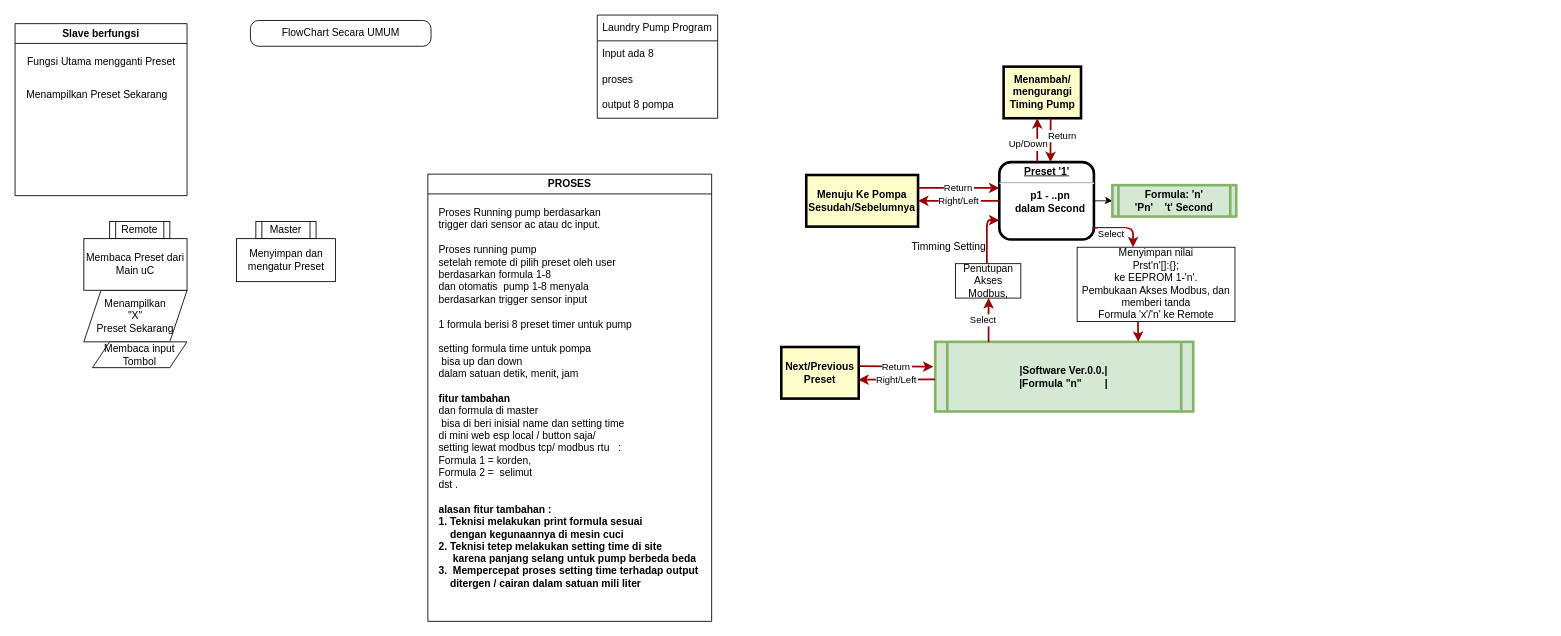
taoofeexs/SharingCode keeps this draw.io diagram as Diagram Main Program.drawio. Above is the earlier version. Source tidied: cells renumbered, new cells numbered last; positions are measured from the earlier drawing's top-left corner, leaving out a move shared by most shapes. Both pictures are drawn from the tidied source at 86%, with x=0, y=0 at pixel (15, 15).
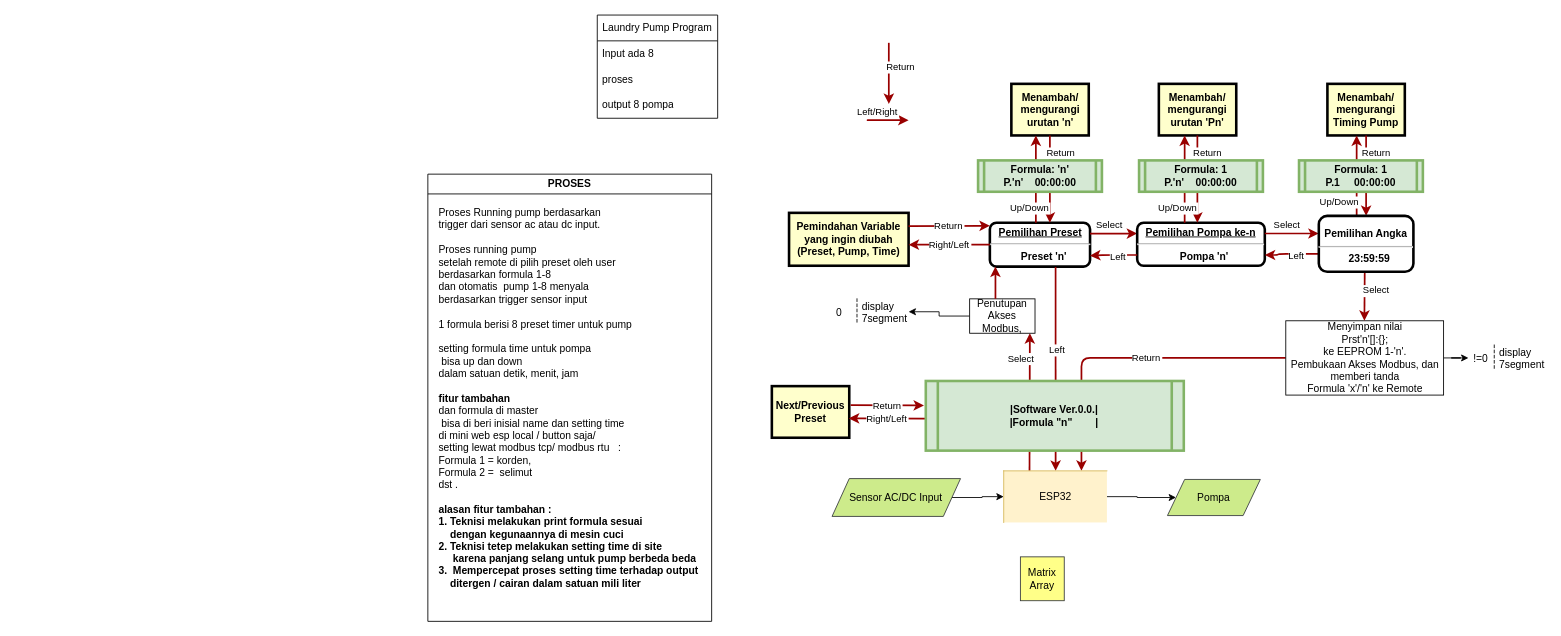
Above is the later version.

The edit, as a diff of the source:
```diff
@@
-    <mxCell id="2" style="edgeStyle=orthogonalEdgeStyle;rounded=0;jettySize=auto;html=1;" parent="1" edge="1" source="3" target="18">
-      <mxGeometry relative="1" as="geometry" />
-    </mxCell>
-    <mxCell id="3" value="&lt;p style=&quot;margin: 0px; margin-top: 4px; text-align: center; text-decoration: underline;&quot;&gt;&lt;strong&gt;Preset '1'&lt;br&gt;&lt;/strong&gt;&lt;/p&gt;&lt;hr&gt;&lt;p style=&quot;margin: 0px; margin-left: 8px;&quot;&gt;p1 - ..pn&lt;br&gt;dalam Second&lt;/p&gt;" style="verticalAlign=middle;align=center;overflow=fill;fontSize=12;fontFamily=Helvetica;html=1;rounded=1;fontStyle=1;strokeWidth=3;" parent="1" vertex="1">
-      <mxGeometry x="1144.5" y="171" width="110" height="90" as="geometry" />
+    <mxCell id="3" value="&lt;p style=&quot;margin: 0px; margin-top: 4px; text-align: center; text-decoration: underline;&quot;&gt;&lt;span style=&quot;background-color: initial;&quot;&gt;Pemilihan Preset&lt;/span&gt;&lt;strong&gt;&lt;br&gt;&lt;/strong&gt;&lt;/p&gt;&lt;hr&gt;&lt;p style=&quot;margin: 0px; margin-left: 8px;&quot;&gt;&lt;strong&gt;Preset 'n'&lt;/strong&gt;&lt;br&gt;&lt;/p&gt;" style="verticalAlign=middle;align=center;overflow=fill;fontSize=12;fontFamily=Helvetica;html=1;rounded=1;fontStyle=1;strokeWidth=3;" parent="1" vertex="1">
+      <mxGeometry x="1133.5" y="241.5" width="116.5" height="51" as="geometry" />
     </mxCell>
-    <mxCell id="4" value="|Software Ver.0.0.|&#10;|Formula &quot;n&quot;        |" style="shape=process;whiteSpace=wrap;align=center;verticalAlign=middle;size=0.0475;fontStyle=1;strokeWidth=3;fillColor=#d5e8d4;strokeColor=#82b366;" parent="1" vertex="1">
-      <mxGeometry x="1070" y="380" width="300" height="81" as="geometry" />
-    </mxCell>
-    <mxCell id="5" value="Select" style="edgeStyle=elbowEdgeStyle;elbow=horizontal;strokeColor=#990000;strokeWidth=2;entryX=0.5;entryY=1;entryDx=0;entryDy=0;" parent="1" edge="1" source="4" target="19">
-      <mxGeometry x="0.01" y="6" relative="1" as="geometry">
+    <mxCell id="5" value="Select" style="edgeStyle=elbowEdgeStyle;elbow=horizontal;strokeColor=#990000;strokeWidth=2;exitX=0.25;exitY=0;exitDx=0;exitDy=0;" parent="1" edge="1" source="61" target="19">
+      <mxGeometry x="0.63" y="10" relative="1" as="geometry">
         <Array as="points">
-          <mxPoint x="1132" y="360" />
+          <mxPoint x="1180" y="460" />
         </Array>
       </mxGeometry>
     </mxCell>
-    <mxCell id="6" value="Select" style="edgeStyle=elbowEdgeStyle;elbow=horizontal;strokeColor=#990000;strokeWidth=2;exitX=0.985;exitY=0.848;exitDx=0;exitDy=0;exitPerimeter=0;" parent="1" edge="1" source="3" target="20">
-      <mxGeometry x="-0.37" y="-7" relative="1" as="geometry">
-        <Array as="points">
-          <mxPoint x="1300" y="260" />
-        </Array>
-      </mxGeometry>
-    </mxCell>
-    <mxCell id="7" value="Timming Setting" style="text;spacingTop=-5;align=center;" parent="1" vertex="1">
-      <mxGeometry x="1071" y="261" width="30" height="20" as="geometry" />
-    </mxCell>
     <mxCell id="8" value="Menambah/&#10;mengurangi&#10;Timing Pump" style="whiteSpace=wrap;align=center;verticalAlign=middle;fontStyle=1;strokeWidth=3;fillColor=#FFFFCC;" parent="1" vertex="1">
-      <mxGeometry x="1149.5" y="60" width="90" height="60" as="geometry" />
+      <mxGeometry x="1526" y="80" width="90" height="60" as="geometry" />
     </mxCell>
-    <mxCell id="9" value="Up/Down" style="edgeStyle=elbowEdgeStyle;elbow=vertical;strokeColor=#990000;strokeWidth=2;" parent="1" edge="1">
-      <mxGeometry x="-0.18" y="10" relative="1" as="geometry">
-        <mxPoint x="1188.6" y="171" as="sourcePoint" />
-        <mxPoint x="1188.6" y="120" as="targetPoint" />
-      </mxGeometry>
+    <mxCell id="9" value="Select" style="edgeStyle=elbowEdgeStyle;elbow=vertical;strokeColor=#990000;strokeWidth=2;entryX=0;entryY=0.25;entryDx=0;entryDy=0;exitX=1;exitY=0.25;exitDx=0;exitDy=0;" parent="1" edge="1" source="3" target="40">
+      <mxGeometry x="-0.18" y="10" relative="1" as="geometry" />
     </mxCell>
     <mxCell id="10" value="Return" style="edgeStyle=elbowEdgeStyle;elbow=horizontal;strokeColor=#990000;strokeWidth=2;entryX=0.5;entryY=0;entryDx=0;entryDy=0;" parent="1" edge="1">
       <mxGeometry x="-0.21" y="14" relative="1" as="geometry">
-        <mxPoint x="1204.2" y="120" as="sourcePoint" />
-        <mxPoint x="1204.5" y="171" as="targetPoint" />
+        <mxPoint x="1016" y="32.3" as="sourcePoint" />
+        <mxPoint x="1015.5" y="103.3" as="targetPoint" />
       </mxGeometry>
     </mxCell>
-    <mxCell id="11" value="Menuju Ke Pompa Sesudah/Sebelumnya" style="whiteSpace=wrap;align=center;verticalAlign=middle;fontStyle=1;strokeWidth=3;fillColor=#FFFFCC;" parent="1" vertex="1">
-      <mxGeometry x="920" y="186" width="130" height="60" as="geometry" />
+    <mxCell id="11" value="Pemindahan Variable&#10;yang ingin diubah &#10;(Preset, Pump, Time)" style="whiteSpace=wrap;align=center;verticalAlign=middle;fontStyle=1;strokeWidth=3;fillColor=#FFFFCC;" parent="1" vertex="1">
+      <mxGeometry x="900" y="230" width="139" height="61.5" as="geometry" />
     </mxCell>
@@
     <mxCell id="14" value="Next/Previous&#10;Preset" style="whiteSpace=wrap;align=center;verticalAlign=middle;fontStyle=1;strokeWidth=3;fillColor=#FFFFCC;" parent="1" vertex="1">
-      <mxGeometry x="891" y="386" width="90" height="60" as="geometry" />
+      <mxGeometry x="880" y="431.5" width="90" height="60" as="geometry" />
     </mxCell>
@@
-    <mxCell id="17" style="edgeStyle=elbowEdgeStyle;elbow=horizontal;strokeColor=#990000;strokeWidth=2;" parent="1" edge="1">
-      <mxGeometry x="-0.05" y="29" relative="1" as="geometry">
-        <mxPoint x="1305.7" y="356.4" as="sourcePoint" />
-        <mxPoint x="1305.5" y="380" as="targetPoint" />
+    <mxCell id="17" value="Return" style="edgeStyle=elbowEdgeStyle;elbow=horizontal;strokeColor=#990000;strokeWidth=2;entryX=0.75;entryY=0;entryDx=0;entryDy=0;" parent="1" edge="1" source="20" target="61">
+      <mxGeometry x="-0.12" relative="1" as="geometry">
+        <Array as="points">
+          <mxPoint x="1240" y="460" />
+        </Array>
       </mxGeometry>
     </mxCell>
-    <mxCell id="18" value="Formula: 'n'&#10;'Pn'    't' Second" style="shape=process;whiteSpace=wrap;align=center;verticalAlign=middle;size=0.0475;fontStyle=1;strokeWidth=3;fillColor=#d5e8d4;strokeColor=#82b366;" parent="1" vertex="1">
-      <mxGeometry x="1276" y="197.8" width="144" height="36.5" as="geometry" />
-    </mxCell>
+    <mxCell id="38" style="edgeStyle=orthogonalEdgeStyle;rounded=0;jettySize=auto;html=1;" parent="1" edge="1" source="19" target="64">
+      <mxGeometry relative="1" as="geometry" />
+    </mxCell>
     <mxCell id="19" value="Penutupan Akses Modbus," style="rounded=0;whiteSpace=wrap;html=1;" parent="1" vertex="1">
-      <mxGeometry x="1093.5" y="289.1" width="76" height="40" as="geometry" />
+      <mxGeometry x="1110" y="330" width="76" height="40" as="geometry" />
     </mxCell>
+    <mxCell id="39" style="edgeStyle=orthogonalEdgeStyle;rounded=0;jettySize=auto;html=1;" parent="1" edge="1" source="20" target="66">
+      <mxGeometry relative="1" as="geometry" />
+    </mxCell>
     <mxCell id="20" value="Menyimpan nilai&lt;br&gt;Prst'n'[]:{};&lt;br&gt;ke EEPROM 1-'n'.&lt;br&gt;Pembukaan Akses Modbus, dan memberi tanda&lt;br&gt;Formula 'x'/'n' ke Remote" style="rounded=0;whiteSpace=wrap;html=1;" parent="1" vertex="1">
-      <mxGeometry x="1235" y="270" width="183.5" height="86.4" as="geometry" />
+      <mxGeometry x="1477.6" y="355.5" width="183.5" height="86.4" as="geometry" />
     </mxCell>
-    <mxCell id="21" style="edgeStyle=elbowEdgeStyle;elbow=horizontal;strokeColor=#990000;strokeWidth=2;entryX=0;entryY=0.75;entryDx=0;entryDy=0;" parent="1" edge="1" source="19" target="3">
+    <mxCell id="21" style="edgeStyle=elbowEdgeStyle;elbow=horizontal;strokeColor=#990000;strokeWidth=2;" parent="1" edge="1" source="19" target="3">
       <mxGeometry x="0.01" y="6" relative="1" as="geometry">
         <Array as="points">
-          <mxPoint x="1130" y="270" />
+          <mxPoint x="1140" y="320" />
         </Array>
       </mxGeometry>
     </mxCell>
@@
-    <mxCell id="26" value="Master" style="shape=process;whiteSpace=wrap;html=1;backgroundOutline=1;" parent="1" vertex="1">
-      <mxGeometry x="280" y="240" width="70" height="20" as="geometry" />
-    </mxCell>
-    <mxCell id="27" value="Remote" style="shape=process;whiteSpace=wrap;html=1;backgroundOutline=1;" parent="1" vertex="1">
-      <mxGeometry x="110" y="240" width="70" height="20" as="geometry" />
-    </mxCell>
-    <mxCell id="28" value="Slave berfungsi" style="swimlane;whiteSpace=wrap;html=1;" parent="1" vertex="1">
-      <mxGeometry y="10" width="200" height="200" as="geometry" />
-    </mxCell>
-    <mxCell id="29" value="Fungsi Utama mengganti Preset" style="text;html=1;align=center;verticalAlign=middle;strokeColor=none;fillColor=none;" parent="28" vertex="1">
-      <mxGeometry y="30" width="200" height="30" as="geometry" />
-    </mxCell>
-    <mxCell id="30" value="Menampilkan Preset Sekarang" style="text;html=1;align=center;verticalAlign=middle;strokeColor=none;fillColor=none;" parent="28" vertex="1">
-      <mxGeometry y="68" width="190" height="30" as="geometry" />
-    </mxCell>
-    <mxCell id="31" value="FlowChart Secara UMUM" style="rounded=1;whiteSpace=wrap;html=1;arcSize=32;rotation=0;" parent="1" vertex="1">
-      <mxGeometry x="273.7" y="6.3" width="210" height="30" as="geometry" />
-    </mxCell>
-    <mxCell id="32" value="Menampilkan&lt;br&gt;&quot;X&quot;&lt;br&gt;Preset Sekarang" style="shape=parallelogram;perimeter=parallelogramPerimeter;whiteSpace=wrap;html=1;fixedSize=1;" parent="1" vertex="1">
-      <mxGeometry x="80" y="320" width="120" height="60" as="geometry" />
-    </mxCell>
-    <mxCell id="33" value="Membaca input Tombol" style="shape=parallelogram;perimeter=parallelogramPerimeter;whiteSpace=wrap;html=1;fixedSize=1;" parent="1" vertex="1">
-      <mxGeometry x="90" y="380" width="110" height="30" as="geometry" />
-    </mxCell>
-    <mxCell id="34" value="Membaca Preset dari Main uC" style="rounded=0;whiteSpace=wrap;html=1;" parent="1" vertex="1">
-      <mxGeometry x="80" y="260" width="120" height="60" as="geometry" />
-    </mxCell>
-    <mxCell id="35" value="Menyimpan dan mengatur Preset" style="rounded=0;whiteSpace=wrap;html=1;" parent="1" vertex="1">
-      <mxGeometry x="257.5" y="260" width="115" height="50" as="geometry" />
-    </mxCell>
@@
+    <mxCell id="40" value="&lt;p style=&quot;margin: 0px; margin-top: 4px; text-align: center; text-decoration: underline;&quot;&gt;Pemilihan Pompa ke-n&lt;strong&gt;&lt;br&gt;&lt;/strong&gt;&lt;/p&gt;&lt;hr&gt;&lt;p style=&quot;margin: 0px; margin-left: 8px;&quot;&gt;Pompa 'n'&lt;/p&gt;" style="verticalAlign=middle;align=center;overflow=fill;fontSize=12;fontFamily=Helvetica;html=1;rounded=1;fontStyle=1;strokeWidth=3;" parent="1" vertex="1">
+      <mxGeometry x="1304.8" y="241.5" width="148.4" height="50" as="geometry" />
+    </mxCell>
+    <mxCell id="41" value="Select" style="edgeStyle=elbowEdgeStyle;elbow=vertical;strokeColor=#990000;strokeWidth=2;exitX=1;exitY=0.25;exitDx=0;exitDy=0;entryX=-0.001;entryY=0.312;entryDx=0;entryDy=0;entryPerimeter=0;" parent="1" edge="1" source="40" target="57">
+      <mxGeometry x="-0.18" y="10" relative="1" as="geometry" />
+    </mxCell>
+    <mxCell id="42" value="Return" style="edgeStyle=elbowEdgeStyle;elbow=horizontal;strokeColor=#990000;strokeWidth=2;" parent="1" edge="1" source="8" target="57">
+      <mxGeometry x="-0.58" y="12" relative="1" as="geometry">
+        <Array as="points">
+          <mxPoint x="1578.4" y="119.5" />
+        </Array>
+      </mxGeometry>
+    </mxCell>
+    <mxCell id="43" value="Up/Down" style="edgeStyle=elbowEdgeStyle;elbow=horizontal;strokeColor=#990000;strokeWidth=2;" parent="1" edge="1" source="57" target="8">
+      <mxGeometry x="-0.64" y="20" relative="1" as="geometry">
+        <Array as="points">
+          <mxPoint x="1560" y="195.5" />
+        </Array>
+      </mxGeometry>
+    </mxCell>
+    <mxCell id="44" value="Formula: 1&#10;P.1     00:00:00" style="shape=process;whiteSpace=wrap;align=center;verticalAlign=middle;size=0.0475;fontStyle=1;strokeWidth=3;fillColor=#d5e8d4;strokeColor=#82b366;" parent="1" vertex="1">
+      <mxGeometry x="1493" y="169" width="144" height="36.5" as="geometry" />
+    </mxCell>
+    <mxCell id="45" value="Menambah/&#10;mengurangi&#10;urutan 'Pn'" style="whiteSpace=wrap;align=center;verticalAlign=middle;fontStyle=1;strokeWidth=3;fillColor=#FFFFCC;" parent="1" vertex="1">
+      <mxGeometry x="1330" y="80" width="90" height="60" as="geometry" />
+    </mxCell>
+    <mxCell id="46" value="Return" style="edgeStyle=elbowEdgeStyle;elbow=horizontal;strokeColor=#990000;strokeWidth=2;" parent="1" edge="1">
+      <mxGeometry x="-0.6" y="12" relative="1" as="geometry">
+        <mxPoint x="1374.8" y="140" as="sourcePoint" />
+        <mxPoint x="1374.8" y="241.5" as="targetPoint" />
+        <Array as="points">
+          <mxPoint x="1374.8" y="210" />
+        </Array>
+      </mxGeometry>
+    </mxCell>
+    <mxCell id="47" value="Up/Down" style="edgeStyle=elbowEdgeStyle;elbow=horizontal;strokeColor=#990000;strokeWidth=2;" parent="1" edge="1">
+      <mxGeometry x="-0.65" y="8" relative="1" as="geometry">
+        <mxPoint x="1360" y="241.5" as="sourcePoint" />
+        <mxPoint x="1360" y="140" as="targetPoint" />
+        <Array as="points">
+          <mxPoint x="1360" y="220" />
+        </Array>
+      </mxGeometry>
+    </mxCell>
+    <mxCell id="48" value="Menambah/&#10;mengurangi&#10;urutan 'n'" style="whiteSpace=wrap;align=center;verticalAlign=middle;fontStyle=1;strokeWidth=3;fillColor=#FFFFCC;" parent="1" vertex="1">
+      <mxGeometry x="1158.5" y="80" width="90" height="60" as="geometry" />
+    </mxCell>
+    <mxCell id="49" value="Return" style="edgeStyle=elbowEdgeStyle;elbow=horizontal;strokeColor=#990000;strokeWidth=2;" parent="1" edge="1">
+      <mxGeometry x="-0.6" y="13" relative="1" as="geometry">
+        <mxPoint x="1203.3" y="140" as="sourcePoint" />
+        <mxPoint x="1203.3" y="241.5" as="targetPoint" />
+        <Array as="points">
+          <mxPoint x="1203.3" y="230" />
+        </Array>
+      </mxGeometry>
+    </mxCell>
+    <mxCell id="50" value="Up/Down" style="edgeStyle=elbowEdgeStyle;elbow=horizontal;strokeColor=#990000;strokeWidth=2;" parent="1" edge="1" source="3" target="48">
+      <mxGeometry x="-0.64" y="7" relative="1" as="geometry">
+        <Array as="points">
+          <mxPoint x="1187" y="230" />
+        </Array>
+      </mxGeometry>
+    </mxCell>
+    <mxCell id="51" value="Select" style="edgeStyle=elbowEdgeStyle;elbow=horizontal;strokeColor=#990000;strokeWidth=2;" parent="1" edge="1" target="20">
+      <mxGeometry x="-0.21" y="14" relative="1" as="geometry">
+        <mxPoint x="1569.4" y="297" as="sourcePoint" />
+        <Array as="points">
+          <mxPoint x="1569" y="375.5" />
+        </Array>
+      </mxGeometry>
+    </mxCell>
+    <mxCell id="52" value="Left" style="edgeStyle=elbowEdgeStyle;elbow=horizontal;strokeColor=#990000;strokeWidth=2;exitX=0;exitY=0.75;exitDx=0;exitDy=0;entryX=1;entryY=0.75;entryDx=0;entryDy=0;" parent="1" edge="1" source="40" target="3">
+      <mxGeometry x="-0.2" y="2" relative="1" as="geometry">
+        <Array as="points">
+          <mxPoint x="1270" y="285.5" />
+        </Array>
+      </mxGeometry>
+    </mxCell>
+    <mxCell id="53" value="Left" style="edgeStyle=elbowEdgeStyle;elbow=horizontal;strokeColor=#990000;strokeWidth=2;exitX=0.001;exitY=0.682;exitDx=0;exitDy=0;entryX=1;entryY=0.75;entryDx=0;entryDy=0;exitPerimeter=0;" parent="1" edge="1" source="57" target="40">
+      <mxGeometry x="-0.19" y="2" relative="1" as="geometry">
+        <Array as="points">
+          <mxPoint x="1468.4" y="282.5" />
+        </Array>
+      </mxGeometry>
+    </mxCell>
+    <mxCell id="54" value="Left" style="edgeStyle=elbowEdgeStyle;elbow=horizontal;strokeColor=#990000;strokeWidth=2;exitX=0.656;exitY=1.011;exitDx=0;exitDy=0;exitPerimeter=0;entryX=0.5;entryY=0;entryDx=0;entryDy=0;" parent="1" edge="1" source="3" target="61">
+      <mxGeometry x="-0.19" y="2" relative="1" as="geometry">
+        <Array as="points">
+          <mxPoint x="1210" y="355.5" />
+        </Array>
+      </mxGeometry>
+    </mxCell>
+    <mxCell id="55" value="Matrix Array" style="whiteSpace=wrap;html=1;strokeColor=#36393d;fillColor=#ffff88;" parent="1" vertex="1">
+      <mxGeometry x="1169" y="630" width="51" height="51" as="geometry" />
+    </mxCell>
+    <mxCell id="56" value="Pompa" style="shape=parallelogram;perimeter=parallelogramPerimeter;whiteSpace=wrap;html=1;fixedSize=1;fillColor=#cdeb8b;strokeColor=#36393d;" parent="1" vertex="1">
+      <mxGeometry x="1340" y="540" width="108" height="42" as="geometry" />
+    </mxCell>
+    <mxCell id="57" value="&lt;p style=&quot;margin: 0px 0px 0px 8px;&quot;&gt;&lt;br&gt;&lt;/p&gt;Pemilihan Angka&lt;hr&gt;&lt;p style=&quot;margin: 0px; margin-left: 8px;&quot;&gt;&lt;span style=&quot;text-wrap: wrap;&quot;&gt;23:59:59&lt;/span&gt;&lt;br&gt;&lt;/p&gt;" style="verticalAlign=middle;align=center;overflow=fill;fontSize=12;fontFamily=Helvetica;html=1;rounded=1;fontStyle=1;strokeWidth=3;" parent="1" vertex="1">
+      <mxGeometry x="1516" y="233.5" width="110" height="65" as="geometry" />
+    </mxCell>
+    <mxCell id="58" value="Formula: 1&#10;P.'n'    00:00:00" style="shape=process;whiteSpace=wrap;align=center;verticalAlign=middle;size=0.0475;fontStyle=1;strokeWidth=3;fillColor=#d5e8d4;strokeColor=#82b366;" parent="1" vertex="1">
+      <mxGeometry x="1307" y="169" width="144" height="36.5" as="geometry" />
+    </mxCell>
+    <mxCell id="18" value="Formula: 'n'&#10;P.'n'    00:00:00" style="shape=process;whiteSpace=wrap;align=center;verticalAlign=middle;size=0.0475;fontStyle=1;strokeWidth=3;fillColor=#d5e8d4;strokeColor=#82b366;" parent="1" vertex="1">
+      <mxGeometry x="1119.8" y="169" width="144" height="36.5" as="geometry" />
+    </mxCell>
+    <mxCell id="59" value="Left/Right" style="edgeStyle=elbowEdgeStyle;elbow=horizontal;strokeColor=#990000;strokeWidth=2;entryX=0;entryY=0.25;entryDx=0;entryDy=0;" parent="1" edge="1">
+      <mxGeometry x="-0.3" y="10" relative="1" as="geometry">
+        <mxPoint x="995" y="122.3" as="sourcePoint" />
+        <mxPoint x="1039" y="122.3" as="targetPoint" />
+        <Array as="points">
+          <mxPoint x="989" y="122.8" />
+        </Array>
+      </mxGeometry>
+    </mxCell>
+    <mxCell id="60" style="edgeStyle=orthogonalEdgeStyle;rounded=0;jettySize=auto;html=1;" parent="1" edge="1" source="61" target="56">
+      <mxGeometry relative="1" as="geometry" />
+    </mxCell>
+    <mxCell id="61" value="ESP32" style="shape=partialRectangle;whiteSpace=wrap;html=1;bottom=0;right=0;fillColor=#fff2cc;strokeColor=#d6b656;" parent="1" vertex="1">
+      <mxGeometry x="1149.6" y="530" width="120" height="60" as="geometry" />
+    </mxCell>
+    <mxCell id="62" style="edgeStyle=orthogonalEdgeStyle;rounded=0;jettySize=auto;html=1;" parent="1" edge="1" source="63" target="61">
+      <mxGeometry relative="1" as="geometry" />
+    </mxCell>
+    <mxCell id="63" value="Sensor AC/DC Input" style="shape=parallelogram;perimeter=parallelogramPerimeter;whiteSpace=wrap;html=1;fixedSize=1;fillColor=#cdeb8b;strokeColor=#36393d;" parent="1" vertex="1">
+      <mxGeometry x="950" y="539" width="149.4" height="44" as="geometry" />
+    </mxCell>
+    <mxCell id="4" value="|Software Ver.0.0.|&#10;|Formula &quot;n&quot;        |" style="shape=process;whiteSpace=wrap;align=center;verticalAlign=middle;size=0.0475;fontStyle=1;strokeWidth=3;fillColor=#d5e8d4;strokeColor=#82b366;" parent="1" vertex="1">
+      <mxGeometry x="1059" y="425.5" width="300" height="81" as="geometry" />
+    </mxCell>
+    <mxCell id="64" value="display&#10;7segment" style="shape=partialRectangle;fillColor=none;align=left;verticalAlign=middle;strokeColor=none;spacingLeft=34;points=[[0,0.5],[1,0.5]];portConstraint=eastwest;" parent="1" vertex="1">
+      <mxGeometry x="949" y="330" width="90" height="30" as="geometry" />
+    </mxCell>
+    <mxCell id="65" value="0" style="shape=partialRectangle;top=0;left=0;bottom=0;fillColor=none;stokeWidth=1;dashed=1;align=left;verticalAlign=middle;spacingLeft=4;spacingRight=4;overflow=hidden;" parent="64" vertex="1">
+      <mxGeometry width="30" height="30" as="geometry" />
+    </mxCell>
+    <mxCell id="66" value="display&#10;7segment" style="shape=partialRectangle;fillColor=none;align=left;verticalAlign=middle;strokeColor=none;spacingLeft=34;points=[[0,0.5],[1,0.5]];portConstraint=eastwest;" parent="1" vertex="1">
+      <mxGeometry x="1690" y="383.7" width="90" height="30" as="geometry" />
+    </mxCell>
+    <mxCell id="67" value="!=0" style="shape=partialRectangle;top=0;left=0;bottom=0;fillColor=none;stokeWidth=1;dashed=1;align=left;verticalAlign=middle;spacingLeft=4;spacingRight=4;overflow=hidden;" parent="66" vertex="1">
+      <mxGeometry width="30" height="30" as="geometry" />
+    </mxCell>
```
